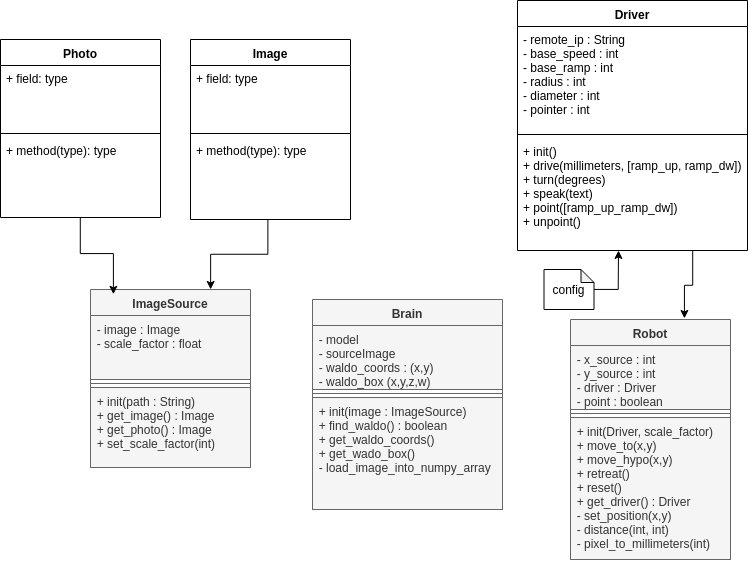
Before: docs/class_overview.png, a diagram exported from draw.io (clragon/find-waldo). Source tidied: cells renumbered, new cells last; positions are measured from the earlier drawing's top-left corner, leaving out a move shared by most shapes.
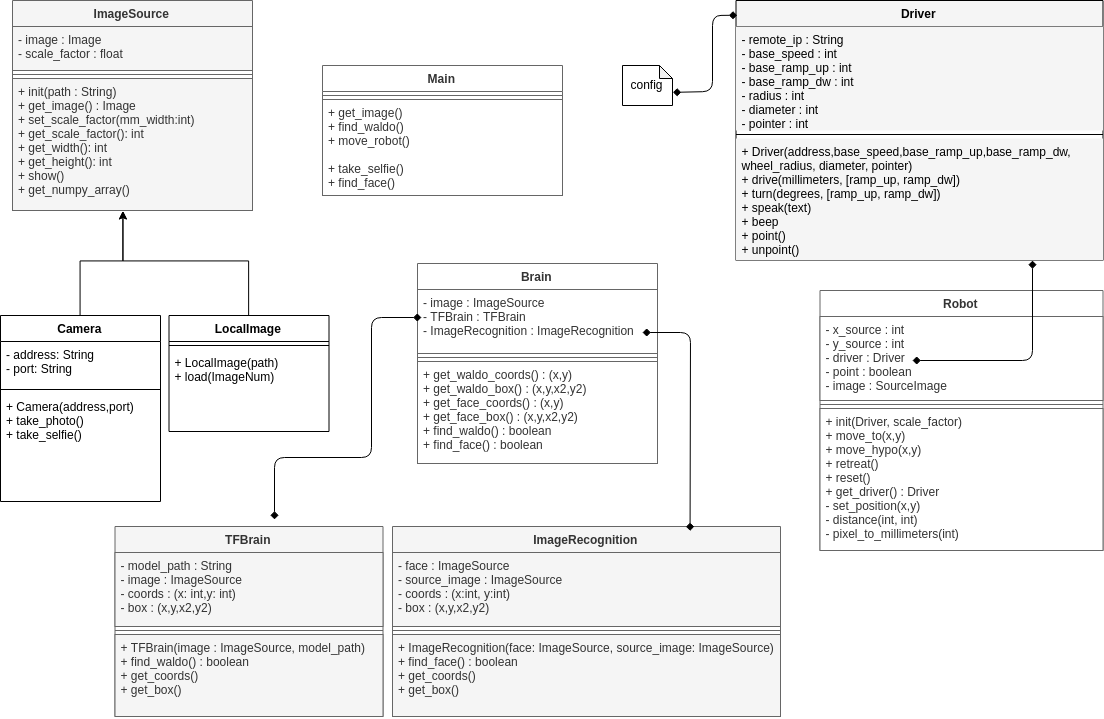
After the commit.

Change to the diagram source:
```diff
@@ -2,94 +2,164 @@
   <root>
     <mxCell id="0" />
     <mxCell id="1" parent="0" />
+    <mxCell id="22" value="Driver" style="swimlane;fontStyle=1;align=center;verticalAlign=top;horizontal=1;startSize=26;fillColor=#F5F5F5;" parent="1" vertex="1">
+      <mxGeometry x="710.5" width="367" height="260" as="geometry" />
+    </mxCell>
+    <mxCell id="31" value="- remote_ip : String&#10;- base_speed : int&#10;- base_ramp_up : int&#10;- base_ramp_dw : int&#10;- radius : int&#10;- diameter : int&#10;- pointer : int" style="text;strokeColor=none;fillColor=#F5F5F5;align=left;verticalAlign=top;spacingLeft=4;spacingRight=4;overflow=hidden;" parent="22" vertex="1">
+      <mxGeometry y="26" width="367" height="104" as="geometry" />
+    </mxCell>
+    <mxCell id="32" style="line;strokeWidth=1;fillColor=#F5F5F5;align=left;verticalAlign=middle;spacingTop=-1;spacingLeft=3;spacingRight=3;labelPosition=right;" parent="22" vertex="1">
+      <mxGeometry y="130" width="367" height="8" as="geometry" />
+    </mxCell>
+    <mxCell id="33" value="+ Driver(address,base_speed,base_ramp_up,base_ramp_dw,&#10;wheel_radius, diameter, pointer)&#10;+ drive(millimeters, [ramp_up, ramp_dw])&#10;+ turn(degrees, [ramp_up, ramp_dw])&#10;+ speak(text)&#10;+ beep&#10;+ point()&#10;+ unpoint()&#10;" style="text;strokeColor=none;fillColor=#F5F5F5;align=left;verticalAlign=top;spacingLeft=4;spacingRight=4;overflow=hidden;" parent="22" vertex="1">
+      <mxGeometry y="138" width="367" height="122" as="geometry" />
+    </mxCell>
-    <mxCell id="2" value="Brain" style="swimlane;fontStyle=1;align=center;verticalAlign=top;horizontal=1;startSize=26;fillColor=#f5f5f5;strokeColor=#666666;fontColor=#333333;" parent="1" vertex="1">
-      <mxGeometry x="312" y="299" width="190" height="210" as="geometry" />
+    <mxCell id="2" value="TFBrain" style="swimlane;fontStyle=1;align=center;verticalAlign=top;horizontal=1;startSize=26;fillColor=#f5f5f5;strokeColor=#666666;fontColor=#333333;" parent="1" vertex="1">
+      <mxGeometry x="89.5" y="526" width="268" height="190" as="geometry" />
     </mxCell>
-    <mxCell id="3" value="- model&#10;- sourceImage&#10;- waldo_coords : (x,y)&#10;- waldo_box (x,y,z,w)&#10;" style="text;strokeColor=#666666;fillColor=#f5f5f5;align=left;verticalAlign=top;spacingLeft=4;spacingRight=4;overflow=hidden;fontColor=#333333;" parent="2" vertex="1">
-      <mxGeometry y="26" width="190" height="64" as="geometry" />
+    <mxCell id="3" value="- model_path : String&#10;- image : ImageSource&#10;- coords : (x: int,y: int)&#10;- box : (x,y,x2,y2)&#10;" style="text;strokeColor=#666666;fillColor=#f5f5f5;align=left;verticalAlign=top;spacingLeft=4;spacingRight=4;overflow=hidden;fontColor=#333333;" parent="2" vertex="1">
+      <mxGeometry y="26" width="268" height="74" as="geometry" />
     </mxCell>
     <mxCell id="4" style="line;strokeWidth=1;fillColor=#f5f5f5;align=left;verticalAlign=middle;spacingTop=-1;spacingLeft=3;spacingRight=3;labelPosition=right;strokeColor=#666666;fontColor=#333333;" parent="2" vertex="1">
-      <mxGeometry y="90" width="190" height="8" as="geometry" />
+      <mxGeometry y="100" width="268" height="8" as="geometry" />
     </mxCell>
-    <mxCell id="5" value="+ init(image : ImageSource)&#10;+ find_waldo() : boolean&#10;+ get_waldo_coords()&#10;+ get_wado_box()&#10;- load_image_into_numpy_array&#10;" style="text;strokeColor=#666666;fillColor=#f5f5f5;align=left;verticalAlign=top;spacingLeft=4;spacingRight=4;overflow=hidden;fontColor=#333333;" parent="2" vertex="1">
-      <mxGeometry y="98" width="190" height="112" as="geometry" />
+    <mxCell id="5" value="+ TFBrain(image : ImageSource, model_path)&#10;+ find_waldo() : boolean&#10;+ get_coords()&#10;+ get_box()&#10;" style="text;strokeColor=#666666;fillColor=#f5f5f5;align=left;verticalAlign=top;spacingLeft=4;spacingRight=4;overflow=hidden;fontColor=#333333;" parent="2" vertex="1">
+      <mxGeometry y="108" width="268" height="82" as="geometry" />
     </mxCell>
-    <mxCell id="6" value="ImageSource" style="swimlane;fontStyle=1;align=center;verticalAlign=top;horizontal=1;startSize=26;fillColor=#f5f5f5;strokeColor=#666666;fontColor=#333333;" parent="1" vertex="1">
-      <mxGeometry x="90" y="289" width="160" height="178" as="geometry" />
+    <mxCell id="6" value="ImageSource" style="swimlane;fontStyle=1;align=center;verticalAlign=top;horizontal=1;startSize=26;fillColor=#F5F5F5;strokeColor=#666666;fontColor=#333333;" parent="1" vertex="1">
+      <mxGeometry x="-13" width="240" height="210" as="geometry" />
     </mxCell>
-    <mxCell id="7" value="- image : Image&#10;- scale_factor : float" style="text;strokeColor=#666666;fillColor=#f5f5f5;align=left;verticalAlign=top;spacingLeft=4;spacingRight=4;overflow=hidden;fontColor=#333333;" parent="6" vertex="1">
-      <mxGeometry y="26" width="160" height="64" as="geometry" />
+    <mxCell id="7" value="- image : Image&#10;- scale_factor : float&#10;" style="text;strokeColor=#666666;fillColor=#F5F5F5;align=left;verticalAlign=top;spacingLeft=4;spacingRight=4;overflow=hidden;fontColor=#333333;" parent="6" vertex="1">
+      <mxGeometry y="26" width="240" height="44" as="geometry" />
     </mxCell>
-    <mxCell id="8" style="line;strokeWidth=1;fillColor=#f5f5f5;align=left;verticalAlign=middle;spacingTop=-1;spacingLeft=3;spacingRight=3;labelPosition=right;strokeColor=#666666;fontColor=#333333;" parent="6" vertex="1">
-      <mxGeometry y="90" width="160" height="8" as="geometry" />
+    <mxCell id="8" style="line;strokeWidth=1;fillColor=#F5F5F5;align=left;verticalAlign=middle;spacingTop=-1;spacingLeft=3;spacingRight=3;labelPosition=right;strokeColor=#666666;fontColor=#333333;" parent="6" vertex="1">
+      <mxGeometry y="70" width="240" height="8" as="geometry" />
     </mxCell>
-    <mxCell id="9" value="+ init(path : String)&#10;+ get_image() : Image&#10;+ get_photo() : Image&#10;+ set_scale_factor(int)&#10;&#10;" style="text;strokeColor=#666666;fillColor=#f5f5f5;align=left;verticalAlign=top;spacingLeft=4;spacingRight=4;overflow=hidden;fontColor=#333333;" parent="6" vertex="1">
-      <mxGeometry y="98" width="160" height="80" as="geometry" />
+    <mxCell id="9" value="+ init(path : String)&#10;+ get_image() : Image&#10;+ set_scale_factor(mm_width:int)&#10;+ get_scale_factor(): int&#10;+ get_width(): int&#10;+ get_height(): int&#10;+ show()&#10;+ get_numpy_array()&#10;" style="text;strokeColor=#666666;fillColor=#F5F5F5;align=left;verticalAlign=top;spacingLeft=4;spacingRight=4;overflow=hidden;fontColor=#333333;" parent="6" vertex="1">
+      <mxGeometry y="78" width="240" height="132" as="geometry" />
     </mxCell>
+    <mxCell id="34" style="edgeStyle=orthogonalEdgeStyle;rounded=0;jettySize=auto;html=1;" parent="1" edge="1" source="10">
+      <mxGeometry relative="1" as="geometry">
+        <mxPoint x="97" y="210" as="targetPoint" />
+        <Array as="points">
+          <mxPoint x="55" y="260" />
+          <mxPoint x="97" y="260" />
+        </Array>
+      </mxGeometry>
+    </mxCell>
-    <mxCell id="10" value="Photo" style="swimlane;fontStyle=1;align=center;verticalAlign=top;horizontal=1;startSize=26;" parent="1" vertex="1">
-      <mxGeometry y="39" width="160" height="178" as="geometry" />
+    <mxCell id="10" value="Camera" style="swimlane;fontStyle=1;align=center;verticalAlign=top;horizontal=1;startSize=26;" parent="1" vertex="1">
+      <mxGeometry x="-25" y="315" width="160" height="186" as="geometry" />
     </mxCell>
-    <mxCell id="11" value="+ field: type" style="text;strokeColor=none;fillColor=none;align=left;verticalAlign=top;spacingLeft=4;spacingRight=4;overflow=hidden;" parent="10" vertex="1">
-      <mxGeometry y="26" width="160" height="64" as="geometry" />
+    <mxCell id="11" value="- address: String&#10;- port: String&#10;" style="text;strokeColor=none;fillColor=none;align=left;verticalAlign=top;spacingLeft=4;spacingRight=4;overflow=hidden;" parent="10" vertex="1">
+      <mxGeometry y="26" width="160" height="44" as="geometry" />
     </mxCell>
     <mxCell id="12" style="line;strokeWidth=1;fillColor=none;align=left;verticalAlign=middle;spacingTop=-1;spacingLeft=3;spacingRight=3;labelPosition=right;" parent="10" vertex="1">
-      <mxGeometry y="90" width="160" height="8" as="geometry" />
+      <mxGeometry y="70" width="160" height="8" as="geometry" />
     </mxCell>
-    <mxCell id="13" value="+ method(type): type&#10;" style="text;strokeColor=none;fillColor=none;align=left;verticalAlign=top;spacingLeft=4;spacingRight=4;overflow=hidden;points=[[0,0.5],[1,0.5]];portConstraint=eastwest;" parent="10" vertex="1">
-      <mxGeometry y="98" width="160" height="80" as="geometry" />
+    <mxCell id="13" value="+ Camera(address,port)&#10;+ take_photo()&#10;+ take_selfie()&#10;" style="text;strokeColor=none;fillColor=none;align=left;verticalAlign=top;spacingLeft=4;spacingRight=4;overflow=hidden;points=[[0,0.5],[1,0.5]];portConstraint=eastwest;" parent="10" vertex="1">
+      <mxGeometry y="78" width="160" height="108" as="geometry" />
     </mxCell>
+    <mxCell id="35" style="edgeStyle=orthogonalEdgeStyle;rounded=0;jettySize=auto;html=1;" parent="1" edge="1" source="14">
+      <mxGeometry relative="1" as="geometry">
+        <mxPoint x="97" y="210" as="targetPoint" />
+        <Array as="points">
+          <mxPoint x="223" y="260" />
+          <mxPoint x="97" y="260" />
+        </Array>
+      </mxGeometry>
+    </mxCell>
-    <mxCell id="14" value="Image" style="swimlane;fontStyle=1;align=center;verticalAlign=top;horizontal=1;startSize=26;" parent="1" vertex="1">
-      <mxGeometry x="190" y="39" width="160" height="180" as="geometry" />
+    <mxCell id="14" value="LocalImage" style="swimlane;fontStyle=1;align=center;verticalAlign=top;horizontal=1;startSize=26;" parent="1" vertex="1">
+      <mxGeometry x="143.5" y="315" width="160" height="116" as="geometry" />
     </mxCell>
-    <mxCell id="15" value="+ field: type" style="text;strokeColor=none;fillColor=none;align=left;verticalAlign=top;spacingLeft=4;spacingRight=4;overflow=hidden;" parent="14" vertex="1">
-      <mxGeometry y="26" width="160" height="64" as="geometry" />
-    </mxCell>
     <mxCell id="16" style="line;strokeWidth=1;fillColor=none;align=left;verticalAlign=middle;spacingTop=-1;spacingLeft=3;spacingRight=3;labelPosition=right;" parent="14" vertex="1">
-      <mxGeometry y="90" width="160" height="8" as="geometry" />
+      <mxGeometry y="26" width="160" height="8" as="geometry" />
     </mxCell>
-    <mxCell id="17" value="+ method(type): type&#10;" style="text;strokeColor=none;fillColor=none;align=left;verticalAlign=top;spacingLeft=4;spacingRight=4;overflow=hidden;points=[[0,0.5],[1,0.5]];portConstraint=eastwest;" parent="14" vertex="1">
-      <mxGeometry y="98" width="160" height="82" as="geometry" />
+    <mxCell id="17" value="+ LocalImage(path)&#10;+ load(ImageNum)&#10;" style="text;strokeColor=none;fillColor=none;align=left;verticalAlign=top;spacingLeft=4;spacingRight=4;overflow=hidden;points=[[0,0.5],[1,0.5]];portConstraint=eastwest;" parent="14" vertex="1">
+      <mxGeometry y="34" width="160" height="82" as="geometry" />
     </mxCell>
-    <mxCell id="18" value="Robot" style="swimlane;fontStyle=1;align=center;verticalAlign=top;horizontal=1;startSize=26;fillColor=#f5f5f5;strokeColor=#666666;fontColor=#333333;" parent="1" vertex="1">
-      <mxGeometry x="570" y="319" width="160" height="240" as="geometry" />
+    <mxCell id="18" value="Robot" style="swimlane;fontStyle=1;align=center;verticalAlign=top;horizontal=1;startSize=26;fillColor=#FFFFFF;strokeColor=#666666;fontColor=#333333;" parent="1" vertex="1">
+      <mxGeometry x="794.5" y="290" width="283" height="260" as="geometry" />
     </mxCell>
-    <mxCell id="19" value="- x_source : int&#10;- y_source : int&#10;- driver : Driver&#10;- point : boolean&#10;" style="text;strokeColor=#666666;fillColor=#f5f5f5;align=left;verticalAlign=top;spacingLeft=4;spacingRight=4;overflow=hidden;fontColor=#333333;" parent="18" vertex="1">
-      <mxGeometry y="26" width="160" height="64" as="geometry" />
+    <mxCell id="19" value="- x_source : int&#10;- y_source : int&#10;- driver : Driver&#10;- point : boolean&#10;- image : SourceImage" style="text;strokeColor=#666666;fillColor=#FFFFFF;align=left;verticalAlign=top;spacingLeft=4;spacingRight=4;overflow=hidden;fontColor=#333333;" parent="18" vertex="1">
+      <mxGeometry y="26" width="283" height="84" as="geometry" />
     </mxCell>
-    <mxCell id="20" style="line;strokeWidth=1;fillColor=#f5f5f5;align=left;verticalAlign=middle;spacingTop=-1;spacingLeft=3;spacingRight=3;labelPosition=right;strokeColor=#666666;fontColor=#333333;" parent="18" vertex="1">
-      <mxGeometry y="90" width="160" height="8" as="geometry" />
+    <mxCell id="20" style="line;strokeWidth=1;fillColor=#FFFFFF;align=left;verticalAlign=middle;spacingTop=-1;spacingLeft=3;spacingRight=3;labelPosition=right;strokeColor=#666666;fontColor=#333333;" parent="18" vertex="1">
+      <mxGeometry y="110" width="283" height="8" as="geometry" />
     </mxCell>
-    <mxCell id="21" value="+ init(Driver, scale_factor)&#10;+ move_to(x,y)&#10;+ move_hypo(x,y)&#10;+ retreat()&#10;+ reset()&#10;+ get_driver() : Driver&#10;- set_position(x,y)&#10;- distance(int, int)&#10;- pixel_to_millimeters(int)&#10;" style="text;strokeColor=#666666;fillColor=#f5f5f5;align=left;verticalAlign=top;spacingLeft=4;spacingRight=4;overflow=hidden;fontColor=#333333;" parent="18" vertex="1">
-      <mxGeometry y="98" width="160" height="142" as="geometry" />
+    <mxCell id="21" value="+ init(Driver, scale_factor)&#10;+ move_to(x,y)&#10;+ move_hypo(x,y)&#10;+ retreat()&#10;+ reset()&#10;+ get_driver() : Driver&#10;- set_position(x,y)&#10;- distance(int, int)&#10;- pixel_to_millimeters(int)&#10;" style="text;strokeColor=#666666;fillColor=#FFFFFF;align=left;verticalAlign=top;spacingLeft=4;spacingRight=4;overflow=hidden;fontColor=#333333;" parent="18" vertex="1">
+      <mxGeometry y="118" width="283" height="142" as="geometry" />
     </mxCell>
-    <mxCell id="22" value="Driver" style="swimlane;fontStyle=1;align=center;verticalAlign=top;horizontal=1;startSize=26;" parent="1" vertex="1">
-      <mxGeometry x="517" width="230" height="250" as="geometry" />
-    </mxCell>
-    <mxCell id="23" value="- remote_ip : String&#10;- base_speed : int&#10;- base_ramp : int&#10;- radius : int&#10;- diameter : int&#10;- pointer : int" style="text;strokeColor=none;fillColor=none;align=left;verticalAlign=top;spacingLeft=4;spacingRight=4;overflow=hidden;" parent="22" vertex="1">
-      <mxGeometry y="26" width="230" height="104" as="geometry" />
-    </mxCell>
-    <mxCell id="24" style="line;strokeWidth=1;fillColor=none;align=left;verticalAlign=middle;spacingTop=-1;spacingLeft=3;spacingRight=3;labelPosition=right;" parent="22" vertex="1">
-      <mxGeometry y="130" width="230" height="8" as="geometry" />
-    </mxCell>
-    <mxCell id="25" value="+ init()&#10;+ drive(millimeters, [ramp_up, ramp_dw])&#10;+ turn(degrees)&#10;+ speak(text)&#10;+ point([ramp_up_ramp_dw])&#10;+ unpoint()&#10;" style="text;strokeColor=none;fillColor=none;align=left;verticalAlign=top;spacingLeft=4;spacingRight=4;overflow=hidden;points=[[0,0.5],[1,0.5]];portConstraint=eastwest;" parent="22" vertex="1">
-      <mxGeometry y="138" width="230" height="112" as="geometry" />
-    </mxCell>
-    <mxCell id="26" style="edgeStyle=orthogonalEdgeStyle;rounded=0;jettySize=auto;html=1;entryX=0.713;entryY=-0.006;entryDx=0;entryDy=0;entryPerimeter=0;exitX=0.763;exitY=1.003;exitDx=0;exitDy=0;exitPerimeter=0;" parent="1" edge="1" source="25" target="18">
-      <mxGeometry relative="1" as="geometry" />
-    </mxCell>
-    <mxCell id="27" style="edgeStyle=orthogonalEdgeStyle;rounded=0;jettySize=auto;html=1;entryX=0.141;entryY=0.026;entryDx=0;entryDy=0;entryPerimeter=0;exitX=0.5;exitY=1;exitDx=0;exitDy=0;exitPerimeter=0;" parent="1" edge="1" source="13" target="6">
-      <mxGeometry relative="1" as="geometry" />
-    </mxCell>
-    <mxCell id="28" style="edgeStyle=orthogonalEdgeStyle;rounded=0;jettySize=auto;html=1;entryX=0.75;entryY=0;entryDx=0;entryDy=0;exitX=0.484;exitY=0.996;exitDx=0;exitDy=0;exitPerimeter=0;" parent="1" edge="1" source="17" target="6">
-      <mxGeometry relative="1" as="geometry" />
-    </mxCell>
-    <mxCell id="29" style="edgeStyle=orthogonalEdgeStyle;rounded=0;jettySize=auto;html=1;" parent="1" edge="1" source="30">
-      <mxGeometry relative="1" as="geometry">
-        <mxPoint x="618" y="250" as="targetPoint" />
-      </mxGeometry>
-    </mxCell>
+    <mxCell id="36" style="endArrow=diamond;html=1;startArrow=diamond;startFill=1;endFill=1;" parent="18" edge="1">
+      <mxGeometry relative="1" as="geometry">
+        <mxPoint x="212.5" y="-30" as="sourcePoint" />
+        <mxPoint x="92.5" y="70" as="targetPoint" />
+        <Array as="points">
+          <mxPoint x="212.5" y="70" />
+        </Array>
+      </mxGeometry>
+    </mxCell>
     <mxCell id="30" value="config" style="shape=note;whiteSpace=wrap;html=1;backgroundOutline=1;darkOpacity=0.05;size=13;" parent="1" vertex="1">
-      <mxGeometry x="543.5" y="269" width="50" height="40" as="geometry" />
+      <mxGeometry x="597" y="65" width="50" height="40" as="geometry" />
     </mxCell>
+    <mxCell id="37" value="ImageRecognition&#10;" style="swimlane;fontStyle=1;align=center;verticalAlign=top;horizontal=1;startSize=26;fillColor=#f5f5f5;strokeColor=#666666;fontColor=#333333;" parent="1" vertex="1">
+      <mxGeometry x="367" y="526" width="388" height="190" as="geometry" />
+    </mxCell>
+    <mxCell id="38" value="- face : ImageSource&#10;- source_image : ImageSource&#10;- coords : (x:int, y:int)&#10;- box : (x,y,x2,y2)&#10;" style="text;strokeColor=#666666;fillColor=#f5f5f5;align=left;verticalAlign=top;spacingLeft=4;spacingRight=4;overflow=hidden;fontColor=#333333;" parent="37" vertex="1">
+      <mxGeometry y="26" width="388" height="74" as="geometry" />
+    </mxCell>
+    <mxCell id="39" style="line;strokeWidth=1;fillColor=#f5f5f5;align=left;verticalAlign=middle;spacingTop=-1;spacingLeft=3;spacingRight=3;labelPosition=right;strokeColor=#666666;fontColor=#333333;" parent="37" vertex="1">
+      <mxGeometry y="100" width="388" height="8" as="geometry" />
+    </mxCell>
+    <mxCell id="40" value="+ ImageRecognition(face: ImageSource, source_image: ImageSource)&#10;+ find_face() : boolean&#10;+ get_coords()&#10;+ get_box()&#10;" style="text;strokeColor=#666666;fillColor=#f5f5f5;align=left;verticalAlign=top;spacingLeft=4;spacingRight=4;overflow=hidden;fontColor=#333333;" parent="37" vertex="1">
+      <mxGeometry y="108" width="388" height="82" as="geometry" />
+    </mxCell>
+    <mxCell id="41" value="Brain&#10;" style="swimlane;fontStyle=1;align=center;verticalAlign=top;horizontal=1;startSize=26;fillColor=#FFFFFF;strokeColor=#666666;fontColor=#333333;" parent="1" vertex="1">
+      <mxGeometry x="392" y="263" width="240" height="200" as="geometry" />
+    </mxCell>
+    <mxCell id="42" value="- image : ImageSource&#10;- TFBrain : TFBrain&#10;- ImageRecognition : ImageRecognition" style="text;strokeColor=#666666;fillColor=#FFFFFF;align=left;verticalAlign=top;spacingLeft=4;spacingRight=4;overflow=hidden;fontColor=#333333;" parent="41" vertex="1">
+      <mxGeometry y="26" width="240" height="64" as="geometry" />
+    </mxCell>
+    <mxCell id="43" style="line;strokeWidth=1;fillColor=#FFFFFF;align=left;verticalAlign=middle;spacingTop=-1;spacingLeft=3;spacingRight=3;labelPosition=right;strokeColor=#666666;fontColor=#333333;" parent="41" vertex="1">
+      <mxGeometry y="90" width="240" height="8" as="geometry" />
+    </mxCell>
+    <mxCell id="44" value="+ get_waldo_coords() : (x,y)&#10;+ get_waldo_box() : (x,y,x2,y2)&#10;+ get_face_coords() : (x,y)&#10;+ get_face_box() : (x,y,x2,y2)&#10;+ find_waldo() : boolean&#10;+ find_face() : boolean" style="text;strokeColor=#666666;fillColor=#FFFFFF;align=left;verticalAlign=top;spacingLeft=4;spacingRight=4;overflow=hidden;fontColor=#333333;" parent="41" vertex="1">
+      <mxGeometry y="98" width="240" height="102" as="geometry" />
+    </mxCell>
+    <mxCell id="45" value="Main&#10;" style="swimlane;fontStyle=1;align=center;verticalAlign=top;horizontal=1;startSize=26;fillColor=#FFFFFF;strokeColor=#666666;fontColor=#333333;" parent="1" vertex="1">
+      <mxGeometry x="297" y="65" width="240" height="130" as="geometry" />
+    </mxCell>
+    <mxCell id="46" style="line;strokeWidth=1;fillColor=#FFFFFF;align=left;verticalAlign=middle;spacingTop=-1;spacingLeft=3;spacingRight=3;labelPosition=right;strokeColor=#666666;fontColor=#333333;" parent="45" vertex="1">
+      <mxGeometry y="26" width="240" height="8" as="geometry" />
+    </mxCell>
+    <mxCell id="47" value="+ get_image()&#10;+ find_waldo()&#10;+ move_robot()&#10;&#10;+ take_selfie()&#10;+ find_face()&#10;" style="text;strokeColor=#666666;fillColor=#FFFFFF;align=left;verticalAlign=top;spacingLeft=4;spacingRight=4;overflow=hidden;fontColor=#333333;" parent="45" vertex="1">
+      <mxGeometry y="34" width="240" height="96" as="geometry" />
+    </mxCell>
+    <mxCell id="48" style="endArrow=diamond;html=1;entryX=0.562;entryY=-0.02;entryDx=0;entryDy=0;entryPerimeter=0;endFill=1;startArrow=diamond;startFill=1;" parent="1" edge="1">
+      <mxGeometry relative="1" as="geometry">
+        <mxPoint x="396" y="317" as="sourcePoint" />
+        <mxPoint x="249" y="519" as="targetPoint" />
+        <Array as="points">
+          <mxPoint x="346" y="317" />
+          <mxPoint x="346" y="457" />
+          <mxPoint x="249" y="457" />
+        </Array>
+      </mxGeometry>
+    </mxCell>
+    <mxCell id="49" style="endArrow=diamond;html=1;entryX=0.768;entryY=0.021;entryDx=0;entryDy=0;entryPerimeter=0;endFill=1;startArrow=diamond;startFill=1;" parent="1" edge="1" target="37">
+      <mxGeometry relative="1" as="geometry">
+        <mxPoint x="617" y="332" as="sourcePoint" />
+        <Array as="points">
+          <mxPoint x="665" y="332" />
+        </Array>
+      </mxGeometry>
+    </mxCell>
+    <mxCell id="50" style="endArrow=diamond;startArrow=diamond;html=1;exitX=0;exitY=0;exitDx=50;exitDy=26.5;exitPerimeter=0;entryX=0.003;entryY=0.059;entryDx=0;entryDy=0;entryPerimeter=0;startFill=1;endFill=1;" parent="1" edge="1" source="30" target="22">
+      <mxGeometry relative="1" as="geometry">
+        <Array as="points">
+          <mxPoint x="687" y="91" />
+          <mxPoint x="687" y="15" />
+        </Array>
+      </mxGeometry>
+    </mxCell>
   </root>
 </mxGraphModel>
```
